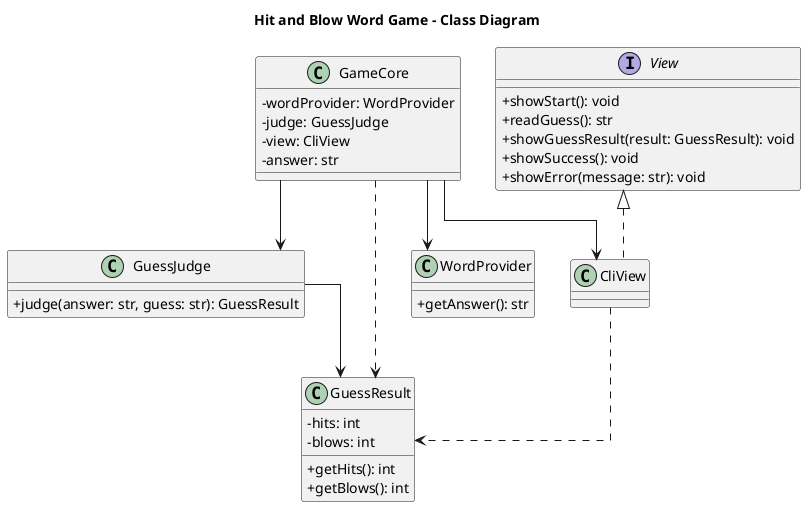
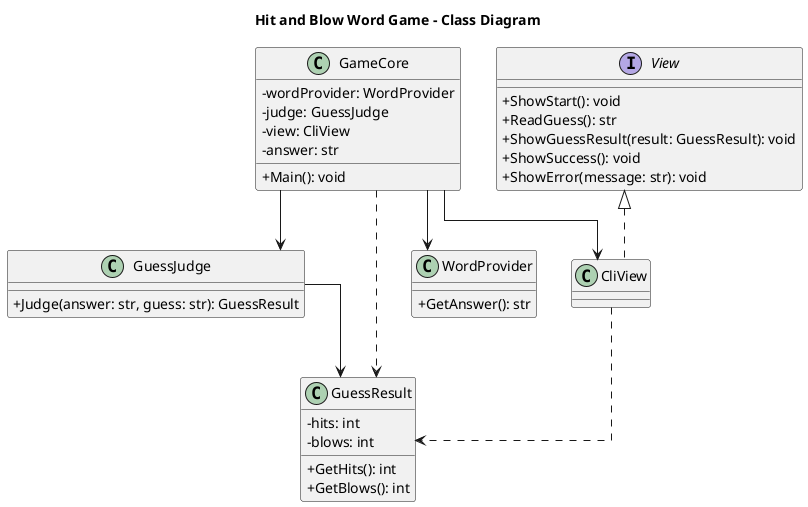
@startuml HitAndBlowClassDiagram
title Hit and Blow Word Game - Class Diagram

skinparam classAttributeIconSize 0
skinparam linetype ortho

class GameCore {
  -wordProvider: WordProvider
  -judge: GuessJudge
  -view: CliView
  -answer: str
+   +Main(): void
}

class GuessJudge {
-   +judge(answer: str, guess: str): GuessResult
+   +Judge(answer: str, guess: str): GuessResult
}

class GuessResult {
  -hits: int
  -blows: int
-   +getHits(): int
-   +getBlows(): int
+   +GetHits(): int
+   +GetBlows(): int
}

class WordProvider {
-   +getAnswer(): str
+   +GetAnswer(): str
}

Interface View {
-   +showStart(): void
-   +readGuess(): str
-   +showGuessResult(result: GuessResult): void
-   +showSuccess(): void
-   +showError(message: str): void
+   +ShowStart(): void
+   +ReadGuess(): str
+   +ShowGuessResult(result: GuessResult): void
+   +ShowSuccess(): void
+   +ShowError(message: str): void
}

class CliView {}


GameCore --> WordProvider
GameCore --> GuessJudge
GameCore --> CliView
GameCore ..> GuessResult

View <|.. CliView
GuessJudge --> GuessResult
CliView ..> GuessResult

@enduml
